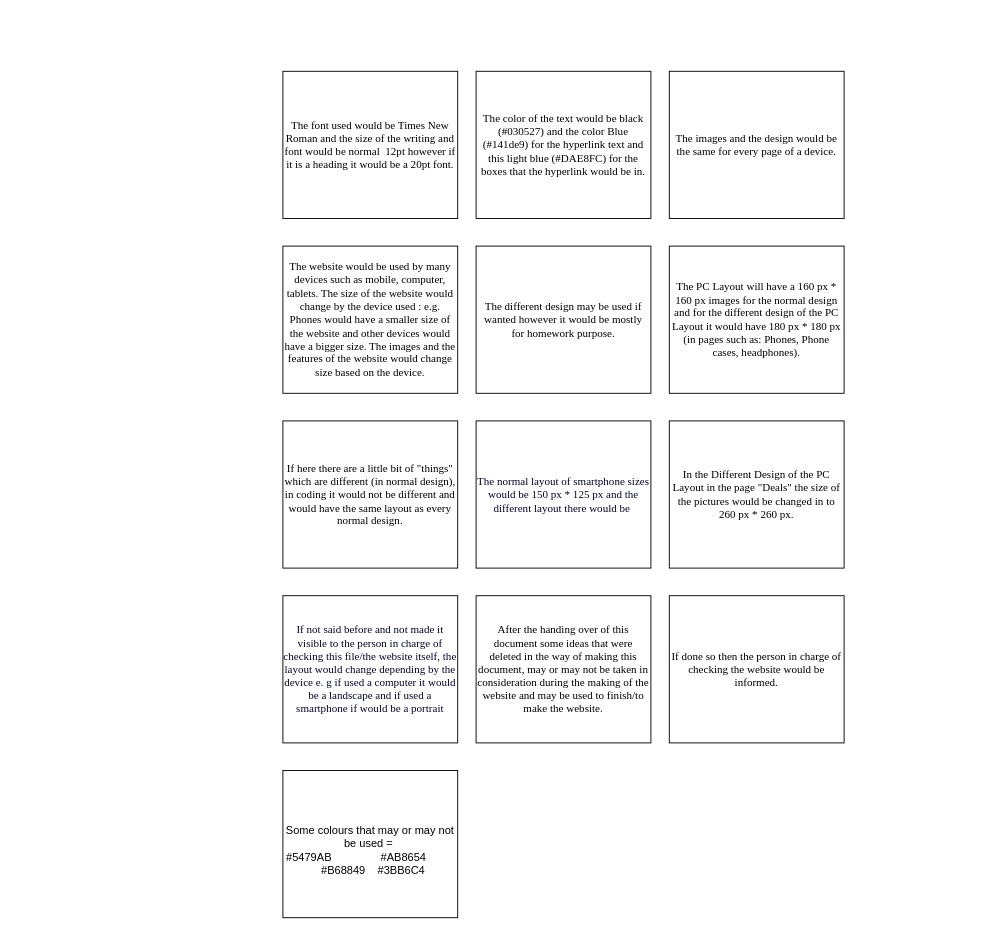
DariusBilt444079/U13A2-Darius keeps this draw.io diagram as page "Justification" (1 of 40) of Phone Design Wireframes Unit13.drawio. Above is the earlier version. Source tidied: cells renumbered, new cells numbered last; positions are measured from the earlier drawing's top-left corner, leaving out a move shared by most shapes. Both pictures are drawn from the tidied source at 92%, with x=0, y=0 at pixel (282, 71).
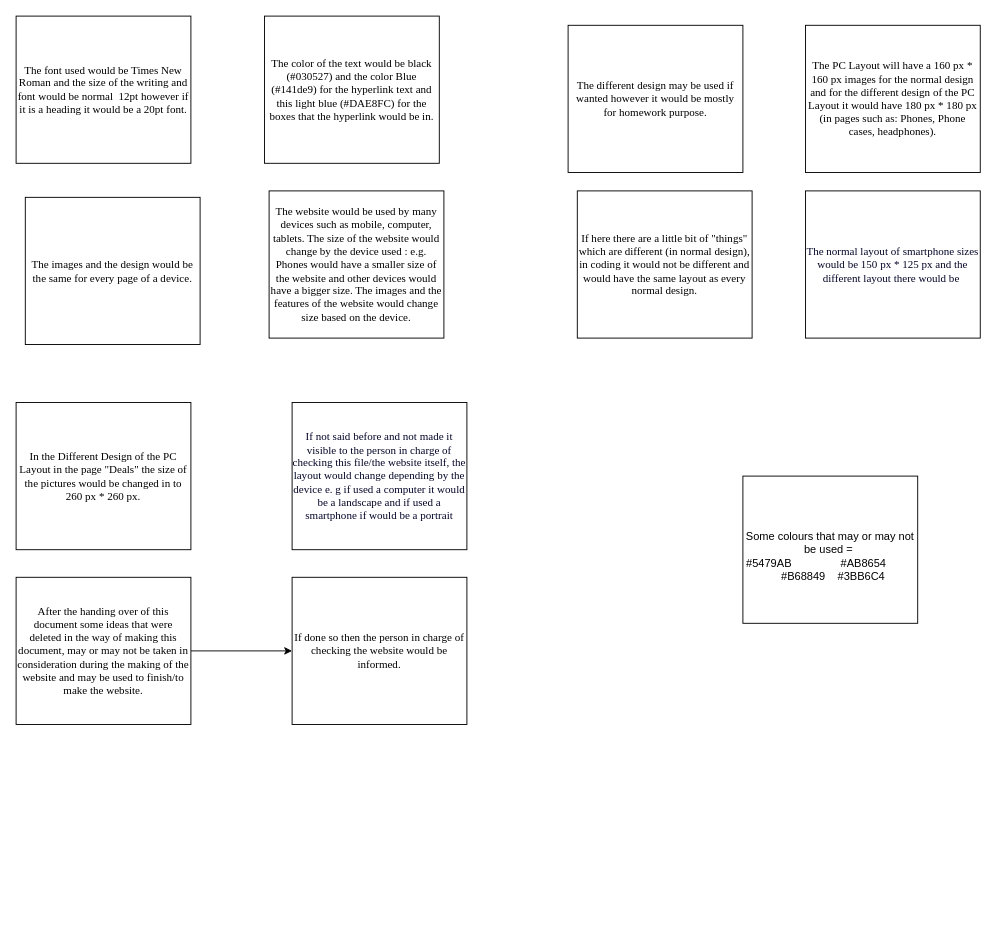
The same diagram, later.

What changed in the source:
```diff
@@
 <mxGraphModel>
   <root>
     <mxCell id="0" />
     <mxCell id="1" parent="0" />
     <mxCell id="2" value="The font used would be Times New Roman and the size of the writing and font would be normal&amp;nbsp; 12pt however if it is a heading it would be a 20pt font." style="rounded=0;whiteSpace=wrap;html=1;fontFamily=Times New Roman;" parent="1" vertex="1">
-      <mxGeometry width="190" height="160" as="geometry" />
+      <mxGeometry x="-290" y="-60" width="190" height="160" as="geometry" />
     </mxCell>
     <mxCell id="3" value="&lt;font face=&quot;Times New Roman&quot;&gt;The color of the text would be black (#030527) and the color Blue (#141de9) for the hyperlink text and this light blue (#DAE8FC) for the boxes that the hyperlink would be in.&lt;/font&gt;" style="rounded=0;whiteSpace=wrap;html=1;" parent="1" vertex="1">
-      <mxGeometry x="210" width="190" height="160" as="geometry" />
+      <mxGeometry x="-20" y="-60" width="190" height="160" as="geometry" />
     </mxCell>
     <mxCell id="4" value="&lt;font face=&quot;Times New Roman&quot;&gt;The images and the design would be the same for every page of a device.&lt;/font&gt;" style="rounded=0;whiteSpace=wrap;html=1;" parent="1" vertex="1">
-      <mxGeometry x="420" width="190" height="160" as="geometry" />
+      <mxGeometry x="-280" y="137" width="190" height="160" as="geometry" />
     </mxCell>
     <mxCell id="5" value="&lt;font face=&quot;Times New Roman&quot;&gt;The different design may be used if wanted however it would be mostly for homework purpose.&lt;/font&gt;" style="rounded=0;whiteSpace=wrap;html=1;" parent="1" vertex="1">
-      <mxGeometry x="210" y="190" width="190" height="160" as="geometry" />
+      <mxGeometry x="310" y="-50" width="190" height="160" as="geometry" />
     </mxCell>
     <mxCell id="6" value="&lt;font face=&quot;Times New Roman&quot;&gt;The website would be used by many devices such as mobile, computer, tablets. The size of the website would change by the device used : e.g. Phones would have a smaller size of the website and other devices would have a bigger size. The images and the features of the website would change size based on the device.&lt;/font&gt;" style="rounded=0;whiteSpace=wrap;html=1;" parent="1" vertex="1">
-      <mxGeometry y="190" width="190" height="160" as="geometry" />
+      <mxGeometry x="-15" y="130" width="190" height="160" as="geometry" />
     </mxCell>
     <mxCell id="7" value="&lt;font face=&quot;Times New Roman&quot;&gt;The PC Layout will have a 160 px * 160 px images for the normal design and for the different design of the PC Layout it would have 180 px * 180 px (in pages such as: Phones, Phone cases, headphones).&lt;/font&gt;" style="rounded=0;whiteSpace=wrap;html=1;" parent="1" vertex="1">
-      <mxGeometry x="420" y="190" width="190" height="160" as="geometry" />
+      <mxGeometry x="568" y="-50" width="190" height="160" as="geometry" />
     </mxCell>
     <mxCell id="8" value="&lt;font face=&quot;Times New Roman&quot;&gt;In the Different Design of the PC Layout in the page &quot;Deals&quot; the size of the pictures would be changed in to 260 px * 260 px.&lt;/font&gt;" style="rounded=0;whiteSpace=wrap;html=1;" parent="1" vertex="1">
-      <mxGeometry x="420" y="380" width="190" height="160" as="geometry" />
+      <mxGeometry x="-290" y="360" width="190" height="160" as="geometry" />
     </mxCell>
     <mxCell id="9" value="&lt;font color=&quot;#030527&quot; face=&quot;Times New Roman&quot;&gt;The normal layout of smartphone sizes would be 150 px * 125 px and the different layout there would be&amp;nbsp;&lt;/font&gt;" style="rounded=0;whiteSpace=wrap;html=1;" parent="1" vertex="1">
-      <mxGeometry x="210" y="380" width="190" height="160" as="geometry" />
+      <mxGeometry x="568" y="130" width="190" height="160" as="geometry" />
     </mxCell>
     <mxCell id="10" value="&lt;font face=&quot;Times New Roman&quot;&gt;If here there are a little bit of &quot;things&quot; which are different (in normal design), in coding it would not be different and would have the same layout as every normal design.&lt;/font&gt;" style="rounded=0;whiteSpace=wrap;html=1;" parent="1" vertex="1">
-      <mxGeometry y="380" width="190" height="160" as="geometry" />
+      <mxGeometry x="320" y="130" width="190" height="160" as="geometry" />
     </mxCell>
     <mxCell id="11" value="&lt;br&gt;Some colours that may or may not be used =&amp;nbsp;&lt;br&gt;#5479AB&amp;nbsp; &amp;nbsp; &amp;nbsp; &amp;nbsp; &amp;nbsp; &amp;nbsp; &amp;nbsp; &amp;nbsp;&amp;nbsp;#AB8654&amp;nbsp; &amp;nbsp; &amp;nbsp; &amp;nbsp; &amp;nbsp; &amp;nbsp; &amp;nbsp; &amp;nbsp; &amp;nbsp;#B68849&amp;nbsp; &amp;nbsp; #3BB6C4&amp;nbsp; &amp;nbsp; &amp;nbsp;" style="rounded=0;whiteSpace=wrap;html=1;" parent="1" vertex="1">
-      <mxGeometry y="760" width="190" height="160" as="geometry" />
+      <mxGeometry x="500" y="440" width="190" height="160" as="geometry" />
     </mxCell>
+    <mxCell id="15" style="edgeStyle=orthogonalEdgeStyle;rounded=0;jettySize=auto;html=1;" parent="1" edge="1" source="12" target="13">
+      <mxGeometry relative="1" as="geometry" />
+    </mxCell>
     <mxCell id="12" value="&lt;font face=&quot;Times New Roman&quot;&gt;After the handing over of this document some ideas that were deleted in the way of making this document, may or may not be taken in consideration during the making of the website and may be used to finish/to make the website.&lt;/font&gt;" style="rounded=0;whiteSpace=wrap;html=1;" parent="1" vertex="1">
-      <mxGeometry x="210" y="570" width="190" height="160" as="geometry" />
+      <mxGeometry x="-290" y="550" width="190" height="160" as="geometry" />
     </mxCell>
     <mxCell id="13" value="&lt;span style=&quot;font-family: &amp;quot;Times New Roman&amp;quot;;&quot;&gt;If done so then the person in charge of checking the website would be informed.&lt;/span&gt;" style="rounded=0;whiteSpace=wrap;html=1;" parent="1" vertex="1">
-      <mxGeometry x="420" y="570" width="190" height="160" as="geometry" />
+      <mxGeometry x="10" y="550" width="190" height="160" as="geometry" />
     </mxCell>
     <mxCell id="14" value="&lt;font color=&quot;#030527&quot; face=&quot;Times New Roman&quot;&gt;If not said before and not made it visible to the person in charge of checking this file/the website itself, the layout would change depending by the device e. g if used a computer it would be a landscape and if used a smartphone if would be a portrait&lt;/font&gt;" style="rounded=0;whiteSpace=wrap;html=1;" parent="1" vertex="1">
-      <mxGeometry y="570" width="190" height="160" as="geometry" />
+      <mxGeometry x="10" y="360" width="190" height="160" as="geometry" />
     </mxCell>
   </root>
 </mxGraphModel>
```
